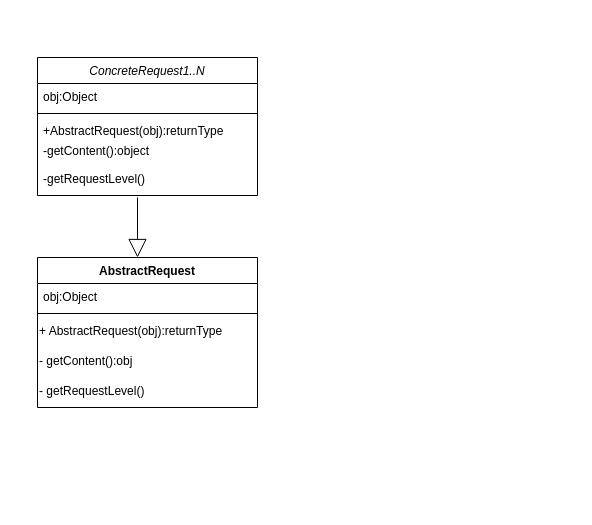
KelvinFanXian/kelvin-draw keeps this draw.io diagram as 未命名绘图.drawio. Above is the earlier version. Source tidied: cells renumbered, new cells numbered last; positions are measured from the earlier drawing's top-left corner, leaving out a move shared by most shapes. Both pictures are drawn from the tidied source at 100%, with x=0, y=0 at pixel (37, 57).
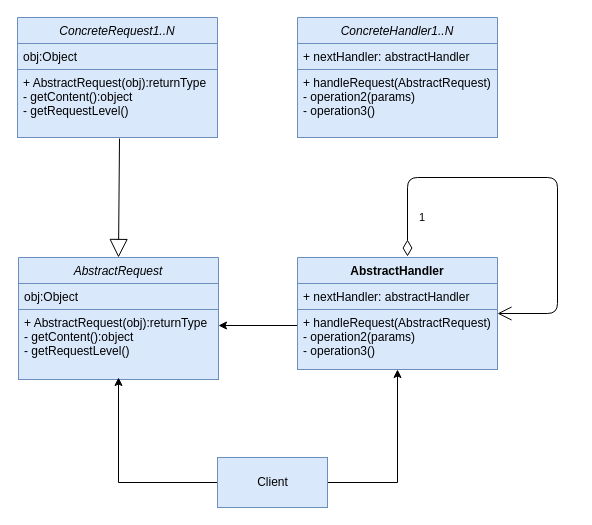
The same page after the edit.

Change to the diagram source:
```diff
@@
-    <mxCell id="2" value="ConcreteRequest1..N" style="swimlane;fontStyle=2;align=center;verticalAlign=top;horizontal=1;startSize=26;rounded=0;shadow=0;strokeWidth=1;" parent="1" vertex="1">
-      <mxGeometry width="220" height="138" as="geometry" />
+    <mxCell id="2" value="ConcreteRequest1..N" style="swimlane;fontStyle=2;align=center;verticalAlign=top;horizontal=1;startSize=26;rounded=0;shadow=0;strokeWidth=1;fillColor=#dae8fc;strokeColor=#6c8ebf;" parent="1" vertex="1">
+      <mxGeometry x="-20" y="-40" width="200" height="120" as="geometry" />
     </mxCell>
-    <mxCell id="3" value="obj:Object" style="text;align=left;verticalAlign=top;spacingLeft=4;spacingRight=4;overflow=hidden;" parent="2" vertex="1">
-      <mxGeometry y="26" width="220" height="26" as="geometry" />
+    <mxCell id="3" value="obj:Object" style="text;align=left;verticalAlign=top;spacingLeft=4;spacingRight=4;overflow=hidden;fillColor=#dae8fc;strokeColor=#6c8ebf;" parent="2" vertex="1">
+      <mxGeometry y="26" width="200" height="26" as="geometry" />
     </mxCell>
-    <mxCell id="4" style="line;html=1;strokeWidth=1;align=left;verticalAlign=middle;spacingTop=-1;spacingLeft=3;spacingRight=3;labelPosition=right;" parent="2" vertex="1">
-      <mxGeometry y="52" width="220" height="8" as="geometry" />
-    </mxCell>
-    <mxCell id="5" value="+AbstractRequest(obj):returnType" style="text;align=left;verticalAlign=top;spacingLeft=4;spacingRight=4;overflow=hidden;points=[[0,0.5],[1,0.5]];portConstraint=eastwest;" parent="2" vertex="1">
-      <mxGeometry y="60" width="220" height="26" as="geometry" />
+    <mxCell id="5" value="+ AbstractRequest(obj):returnType&#10;- getContent():object&#10;- getRequestLevel()&#10;" style="text;align=left;verticalAlign=top;spacingLeft=4;spacingRight=4;overflow=hidden;points=[[0,0.5],[1,0.5]];portConstraint=eastwest;fillColor=#dae8fc;strokeColor=#6c8ebf;" parent="2" vertex="1">
+      <mxGeometry y="52" width="200" height="68" as="geometry" />
     </mxCell>
-    <mxCell id="6" value="-getContent():object" style="text;align=left;verticalAlign=top;spacingLeft=4;spacingRight=4;overflow=hidden;" parent="1" vertex="1">
-      <mxGeometry y="80" width="220" height="30" as="geometry" />
-    </mxCell>
-    <mxCell id="7" value="-getRequestLevel()" style="text;align=left;verticalAlign=top;spacingLeft=4;spacingRight=4;overflow=hidden;" parent="1" vertex="1">
-      <mxGeometry y="108" width="220" height="32" as="geometry" />
-    </mxCell>
-    <mxCell id="8" style="endArrow=block;endSize=16;endFill=0;html=1;" parent="1" edge="1">
-      <mxGeometry relative="1" as="geometry">
-        <mxPoint x="100" y="140" as="sourcePoint" />
-        <mxPoint x="100" y="200" as="targetPoint" />
-      </mxGeometry>
-    </mxCell>
+    <mxCell id="15" style="endArrow=block;endSize=16;endFill=0;html=1;entryX=0.5;entryY=0;entryDx=0;entryDy=0;exitX=0.51;exitY=1.015;exitDx=0;exitDy=0;exitPerimeter=0;" parent="1" edge="1" source="5" target="9">
+      <mxGeometry relative="1" as="geometry" />
+    </mxCell>
-    <mxCell id="9" value="AbstractRequest" style="swimlane;fontStyle=1;align=center;verticalAlign=top;horizontal=1;startSize=26;" parent="1" vertex="1">
-      <mxGeometry y="200" width="220" height="150" as="geometry" />
+    <mxCell id="9" value="AbstractRequest" style="swimlane;fontStyle=2;align=center;verticalAlign=top;horizontal=1;startSize=26;rounded=0;shadow=0;strokeWidth=1;fillColor=#dae8fc;strokeColor=#6c8ebf;" parent="1" vertex="1">
+      <mxGeometry x="-19" y="200" width="200" height="120" as="geometry" />
     </mxCell>
-    <mxCell id="10" value="obj:Object" style="text;strokeColor=none;fillColor=none;align=left;verticalAlign=top;spacingLeft=4;spacingRight=4;overflow=hidden;" parent="9" vertex="1">
-      <mxGeometry y="26" width="220" height="26" as="geometry" />
+    <mxCell id="10" value="obj:Object" style="text;align=left;verticalAlign=top;spacingLeft=4;spacingRight=4;overflow=hidden;fillColor=#dae8fc;strokeColor=#6c8ebf;" parent="9" vertex="1">
+      <mxGeometry y="26" width="200" height="26" as="geometry" />
     </mxCell>
-    <mxCell id="11" style="line;strokeWidth=1;fillColor=none;align=left;verticalAlign=middle;spacingTop=-1;spacingLeft=3;spacingRight=3;labelPosition=right;" parent="9" vertex="1">
-      <mxGeometry y="52" width="220" height="8" as="geometry" />
-    </mxCell>
-    <mxCell id="12" value="+ AbstractRequest(obj):returnType" style="text;html=1;" parent="9" vertex="1">
-      <mxGeometry y="60" width="220" height="30" as="geometry" />
-    </mxCell>
-    <mxCell id="13" value="- getContent():obj" style="text;html=1;" parent="9" vertex="1">
-      <mxGeometry y="90" width="220" height="30" as="geometry" />
-    </mxCell>
-    <mxCell id="14" value="- getRequestLevel()" style="text;html=1;" parent="9" vertex="1">
-      <mxGeometry y="120" width="220" height="30" as="geometry" />
-    </mxCell>
+    <mxCell id="16" style="edgeStyle=orthogonalEdgeStyle;rounded=0;orthogonalLoop=1;jettySize=auto;html=1;" parent="1" edge="1">
+      <mxGeometry relative="1" as="geometry">
+        <mxPoint x="260" y="268" as="sourcePoint" />
+        <mxPoint x="181" y="268" as="targetPoint" />
+      </mxGeometry>
+    </mxCell>
+    <mxCell id="17" value="+ AbstractRequest(obj):returnType&#10;- getContent():object&#10;- getRequestLevel()&#10;" style="text;align=left;verticalAlign=top;spacingLeft=4;spacingRight=4;overflow=hidden;fillColor=#dae8fc;strokeColor=#6c8ebf;" parent="1" vertex="1">
+      <mxGeometry x="-19" y="252" width="200" height="70" as="geometry" />
+    </mxCell>
+    <mxCell id="18" value="AbstractHandler" style="swimlane;fontStyle=1;align=center;verticalAlign=top;horizontal=1;startSize=26;fillColor=#dae8fc;strokeColor=#6c8ebf;" parent="1" vertex="1">
+      <mxGeometry x="260" y="200" width="200" height="112" as="geometry" />
+    </mxCell>
+    <mxCell id="19" value="+ nextHandler: abstractHandler" style="text;strokeColor=#6c8ebf;fillColor=#dae8fc;align=left;verticalAlign=top;spacingLeft=4;spacingRight=4;overflow=hidden;" parent="18" vertex="1">
+      <mxGeometry y="26" width="200" height="26" as="geometry" />
+    </mxCell>
+    <mxCell id="20" style="line;strokeWidth=1;fillColor=#dae8fc;align=left;verticalAlign=middle;spacingTop=-1;spacingLeft=3;spacingRight=3;labelPosition=right;strokeColor=#6c8ebf;" parent="18" vertex="1">
+      <mxGeometry y="52" width="200" as="geometry" />
+    </mxCell>
+    <mxCell id="21" value="+ handleRequest(AbstractRequest)&#10;- operation2(params)&#10;- operation3()" style="text;strokeColor=#6c8ebf;fillColor=#dae8fc;align=left;verticalAlign=top;spacingLeft=4;spacingRight=4;overflow=hidden;" parent="18" vertex="1">
+      <mxGeometry y="52" width="200" height="60" as="geometry" />
+    </mxCell>
+    <mxCell id="22" value="1" style="endArrow=open;html=1;endSize=12;startArrow=diamondThin;startSize=14;startFill=0;edgeStyle=orthogonalEdgeStyle;align=left;verticalAlign=bottom;entryX=1;entryY=0.5;entryDx=0;entryDy=0;" parent="1" edge="1" target="18">
+      <mxGeometry x="-0.86" y="-10" relative="1" as="geometry">
+        <mxPoint x="370" y="199" as="sourcePoint" />
+        <Array as="points">
+          <mxPoint x="370" y="120" />
+          <mxPoint x="520" y="120" />
+          <mxPoint x="520" y="256" />
+        </Array>
+      </mxGeometry>
+    </mxCell>
+    <mxCell id="23" style="edgeStyle=orthogonalEdgeStyle;rounded=0;jettySize=auto;html=1;exitX=1;exitY=0.5;exitDx=0;exitDy=0;entryX=0.5;entryY=1;entryDx=0;entryDy=0;" parent="1" edge="1" source="25" target="18">
+      <mxGeometry relative="1" as="geometry" />
+    </mxCell>
+    <mxCell id="24" style="edgeStyle=orthogonalEdgeStyle;rounded=0;jettySize=auto;html=1;exitX=0;exitY=0.5;exitDx=0;exitDy=0;entryX=0.5;entryY=1;entryDx=0;entryDy=0;" parent="1" edge="1" source="25" target="9">
+      <mxGeometry relative="1" as="geometry" />
+    </mxCell>
+    <mxCell id="25" value="Client" style="html=1;strokeColor=#6c8ebf;fillColor=#dae8fc;" parent="1" vertex="1">
+      <mxGeometry x="180" y="400" width="110" height="50" as="geometry" />
+    </mxCell>
+    <mxCell id="26" value="ConcreteHandler1..N" style="swimlane;fontStyle=2;align=center;verticalAlign=top;horizontal=1;startSize=26;rounded=0;shadow=0;strokeWidth=1;fillColor=#dae8fc;strokeColor=#6c8ebf;" parent="1" vertex="1">
+      <mxGeometry x="260" y="-40" width="200" height="120" as="geometry" />
+    </mxCell>
+    <mxCell id="27" value="+ nextHandler: abstractHandler" style="text;align=left;verticalAlign=top;spacingLeft=4;spacingRight=4;overflow=hidden;fillColor=#dae8fc;strokeColor=#6c8ebf;" parent="26" vertex="1">
+      <mxGeometry y="26" width="200" height="26" as="geometry" />
+    </mxCell>
+    <mxCell id="28" value="+ handleRequest(AbstractRequest)&#10;- operation2(params)&#10;- operation3()&#10;" style="text;align=left;verticalAlign=top;spacingLeft=4;spacingRight=4;overflow=hidden;fillColor=#dae8fc;strokeColor=#6c8ebf;" parent="26" vertex="1">
+      <mxGeometry y="52" width="200" height="68" as="geometry" />
+    </mxCell>
```
